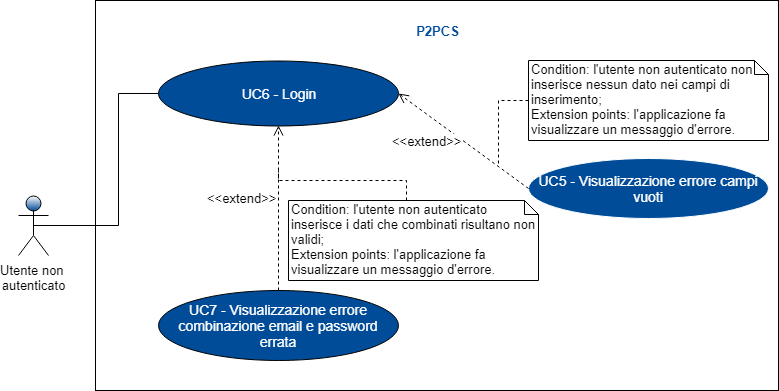
Above: RR/Esterni/Analisi_dei_requisiti/res/images/Schemagenerale2.png in ZeusCode17/P2PCS (draw.io), before the change. Source tidied: cells renumbered, new cells last; positions are measured from the earlier drawing's top-left corner, leaving out a move shared by most shapes.
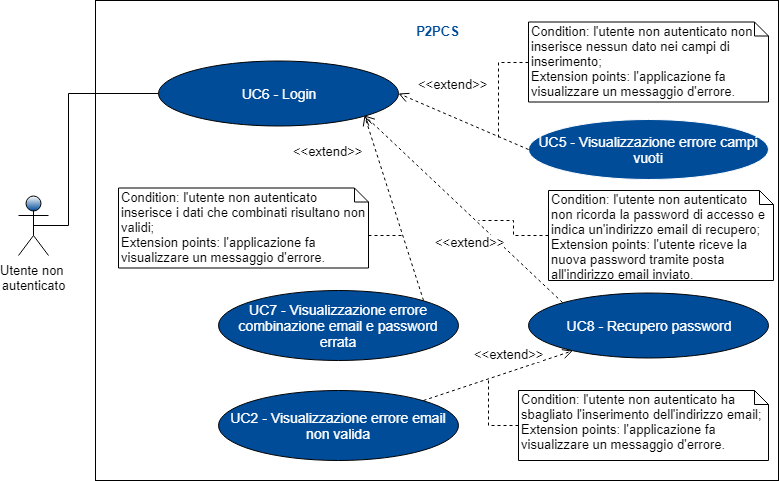
After the commit.

Change to the diagram source:
```diff
@@ -3,13 +3,13 @@
     <mxCell id="0" />
     <mxCell id="1" parent="0" />
     <mxCell id="2" style="rounded=0;whiteSpace=wrap;html=1;" parent="1" vertex="1">
-      <mxGeometry x="77" width="683" height="390" as="geometry" />
+      <mxGeometry x="77" width="683" height="480" as="geometry" />
     </mxCell>
     <mxCell id="3" style="edgeStyle=orthogonalEdgeStyle;rounded=0;jettySize=auto;html=1;endArrow=none;endFill=0;fontSize=14;fontColor=#FFFFFF;exitX=0.5;exitY=0.5;exitDx=0;exitDy=0;exitPerimeter=0;" parent="1" edge="1" source="4" target="5">
       <mxGeometry relative="1" as="geometry">
         <Array as="points">
-          <mxPoint x="100" y="225" />
-          <mxPoint x="100" y="93" />
+          <mxPoint x="50" y="225" />
+          <mxPoint x="50" y="93" />
         </Array>
       </mxGeometry>
     </mxCell>
@@ -20,35 +20,65 @@
       <mxGeometry x="140" y="60" width="240" height="65" as="geometry" />
     </mxCell>
     <mxCell id="6" value="UC7 - Visualizzazione errore combinazione email e password errata" style="ellipse;whiteSpace=wrap;html=1;fontSize=14;fontColor=#FFFFFF;fillColor=#004C99;" parent="1" vertex="1">
-      <mxGeometry x="140" y="290" width="240" height="70" as="geometry" />
+      <mxGeometry x="200" y="290" width="240" height="70" as="geometry" />
     </mxCell>
     <mxCell id="7" value="UC5 - Visualizzazione errore campi vuoti&lt;br&gt;" style="ellipse;whiteSpace=wrap;html=1;strokeColor=#FFFFFF;fillColor=#004C99;fontSize=14;fontColor=#FFFFFF;" parent="1" vertex="1">
-      <mxGeometry x="510" y="157.5" width="240" height="60" as="geometry" />
+      <mxGeometry x="510" y="119" width="240" height="60" as="geometry" />
     </mxCell>
     <mxCell id="8" value="P2PCS" style="text;html=1;strokeColor=none;fillColor=none;align=center;verticalAlign=middle;whiteSpace=wrap;rounded=0;fontSize=13;fontStyle=1;fontColor=#004C99;" parent="1" vertex="1">
       <mxGeometry x="382.5" y="20" width="73" height="20" as="geometry" />
     </mxCell>
     <mxCell id="9" value="&amp;lt;&amp;lt;extend&amp;gt;&amp;gt;&lt;br&gt;" style="html=1;verticalAlign=middle;endArrow=open;dashed=1;endSize=8;fontSize=13;fontColor=#000000;entryX=1;entryY=0.5;entryDx=0;entryDy=0;exitX=0;exitY=0.5;exitDx=0;exitDy=0;labelPosition=left;verticalLabelPosition=middle;align=right;" parent="1" edge="1" source="7" target="5">
-      <mxGeometry relative="1" as="geometry" />
+      <mxGeometry x="-0.13" y="-45" relative="1" as="geometry" />
     </mxCell>
-    <mxCell id="10" value="&amp;lt;&amp;lt;extend&amp;gt;&amp;gt;" style="html=1;verticalAlign=bottom;endArrow=open;dashed=1;endSize=8;fontSize=13;fontColor=#000000;labelPosition=left;verticalLabelPosition=top;align=right;exitX=0.5;exitY=0;exitDx=0;exitDy=0;" parent="1" edge="1" source="6" target="5">
-      <mxGeometry relative="1" as="geometry" />
+    <mxCell id="10" value="&amp;lt;&amp;lt;extend&amp;gt;&amp;gt;" style="html=1;verticalAlign=bottom;endArrow=open;dashed=1;endSize=8;fontSize=13;fontColor=#000000;labelPosition=left;verticalLabelPosition=top;align=right;exitX=1;exitY=0;exitDx=0;exitDy=0;entryX=1;entryY=1;entryDx=0;entryDy=0;" parent="1" edge="1" source="6" target="5">
+      <mxGeometry x="0.56" y="14" relative="1" as="geometry" />
     </mxCell>
     <mxCell id="11" style="edgeStyle=orthogonalEdgeStyle;rounded=0;jettySize=auto;html=1;exitX=0;exitY=0.5;exitDx=0;exitDy=0;exitPerimeter=0;fontSize=13;fontColor=#000000;dashed=1;endArrow=none;endFill=0;" parent="1" edge="1" source="12">
       <mxGeometry relative="1" as="geometry">
-        <mxPoint x="480" y="165" as="targetPoint" />
+        <mxPoint x="480" y="140" as="targetPoint" />
       </mxGeometry>
     </mxCell>
     <mxCell id="12" value="Condition:&amp;nbsp;l'utente non autenticato non inserisce nessun dato nei campi di inserimento;&lt;br style=&quot;font-size: 13px&quot;&gt;Extension points:&amp;nbsp;l'applicazione fa visualizzare un messaggio d'errore.&lt;br style=&quot;font-size: 13px&quot;&gt;" style="shape=note;whiteSpace=wrap;html=1;size=14;verticalAlign=top;align=left;spacingTop=-6;fontSize=13;fontColor=#000000;" parent="1" vertex="1">
-      <mxGeometry x="510" y="60" width="240" height="80" as="geometry" />
+      <mxGeometry x="510" y="21.5" width="240" height="80" as="geometry" />
     </mxCell>
-    <mxCell id="13" style="edgeStyle=orthogonalEdgeStyle;rounded=0;jettySize=auto;html=1;exitX=0;exitY=0;exitDx=118;exitDy=0;exitPerimeter=0;endArrow=none;endFill=0;dashed=1;" parent="1" edge="1" source="14">
-      <mxGeometry relative="1" as="geometry">
-        <mxPoint x="260" y="170" as="targetPoint" />
-      </mxGeometry>
-    </mxCell>
+    <mxCell id="15" style="edgeStyle=orthogonalEdgeStyle;rounded=0;jettySize=auto;html=1;exitX=0;exitY=0;exitDx=250;exitDy=47;exitPerimeter=0;endArrow=none;endFill=0;dashed=1;" parent="1" edge="1" source="14">
+      <mxGeometry relative="1" as="geometry">
+        <mxPoint x="384" y="235" as="targetPoint" />
+      </mxGeometry>
+    </mxCell>
     <mxCell id="14" value="Condition: l'utente non autenticato inserisce i dati che combinati risultano non validi; &lt;br&gt;Extension points:&amp;nbsp;l'applicazione fa visualizzare un messaggio d'errore.&lt;br&gt;" style="shape=note;whiteSpace=wrap;html=1;size=14;verticalAlign=top;align=left;spacingTop=-6;fontSize=13;fontColor=#000000;" parent="1" vertex="1">
-      <mxGeometry x="270" y="200" width="250" height="80" as="geometry" />
+      <mxGeometry x="100" y="187.5" width="250" height="80" as="geometry" />
     </mxCell>
+    <mxCell id="16" value="UC8 - Recupero password&lt;br&gt;" style="ellipse;whiteSpace=wrap;html=1;fontSize=14;fontColor=#FFFFFF;fillColor=#004C99;" parent="1" vertex="1">
+      <mxGeometry x="510" y="292.5" width="240" height="65" as="geometry" />
+    </mxCell>
+    <mxCell id="17" value="UC2 - Visualizzazione errore email non valida" style="ellipse;whiteSpace=wrap;html=1;fontSize=14;fontColor=#FFFFFF;fillColor=#004C99;" parent="1" vertex="1">
+      <mxGeometry x="200" y="390" width="240" height="70" as="geometry" />
+    </mxCell>
+    <mxCell id="18" value="&amp;lt;&amp;lt;extend&amp;gt;&amp;gt;" style="html=1;verticalAlign=top;endArrow=open;dashed=1;endSize=8;fontSize=13;fontColor=#000000;labelPosition=center;verticalLabelPosition=bottom;align=center;exitX=1;exitY=0;exitDx=0;exitDy=0;" parent="1" edge="1" source="17" target="16">
+      <mxGeometry x="0.27" y="30" relative="1" as="geometry" />
+    </mxCell>
+    <mxCell id="19" style="edgeStyle=orthogonalEdgeStyle;rounded=0;jettySize=auto;html=1;exitX=0;exitY=0.5;exitDx=0;exitDy=0;exitPerimeter=0;dashed=1;endArrow=none;endFill=0;" parent="1" edge="1" source="20">
+      <mxGeometry relative="1" as="geometry">
+        <mxPoint x="470" y="380" as="targetPoint" />
+      </mxGeometry>
+    </mxCell>
+    <mxCell id="20" value="Condition: l'utente non autenticato ha sbagliato l'inserimento dell'indirizzo email; &lt;br&gt;Extension points:&amp;nbsp;l'applicazione fa visualizzare un messaggio d'errore.&lt;br&gt;" style="shape=note;whiteSpace=wrap;html=1;size=14;verticalAlign=top;align=left;spacingTop=-6;fontSize=13;fontColor=#000000;" parent="1" vertex="1">
+      <mxGeometry x="500" y="390" width="250" height="70" as="geometry" />
+    </mxCell>
+    <mxCell id="21" value="&amp;lt;&amp;lt;extend&amp;gt;&amp;gt;" style="html=1;verticalAlign=bottom;endArrow=open;dashed=1;endSize=8;exitX=0;exitY=0;exitDx=0;exitDy=0;fontSize=13;entryX=1;entryY=1;entryDx=0;entryDy=0;" parent="1" edge="1" source="16" target="5">
+      <mxGeometry x="-0.24" y="26" relative="1" as="geometry">
+        <mxPoint y="1" as="offset" />
+      </mxGeometry>
+    </mxCell>
+    <mxCell id="22" style="edgeStyle=orthogonalEdgeStyle;rounded=0;jettySize=auto;html=1;exitX=0;exitY=0.5;exitDx=0;exitDy=0;exitPerimeter=0;dashed=1;endArrow=none;endFill=0;fontSize=13;" parent="1" edge="1" source="23">
+      <mxGeometry relative="1" as="geometry">
+        <mxPoint x="460" y="220" as="targetPoint" />
+      </mxGeometry>
+    </mxCell>
+    <mxCell id="23" value="Condition: l'utente non autenticato non ricorda la password di accesso e indica un'indirizzo email di recupero; &lt;br&gt;Extension points:&amp;nbsp;l'utente riceve la nuova password tramite posta all'indirizzo email inviato.&lt;br&gt;" style="shape=note;whiteSpace=wrap;html=1;size=14;verticalAlign=top;align=left;spacingTop=-6;fontSize=13;fontColor=#000000;" parent="1" vertex="1">
+      <mxGeometry x="530" y="190" width="225" height="90" as="geometry" />
+    </mxCell>
   </root>
 </mxGraphModel>
```
